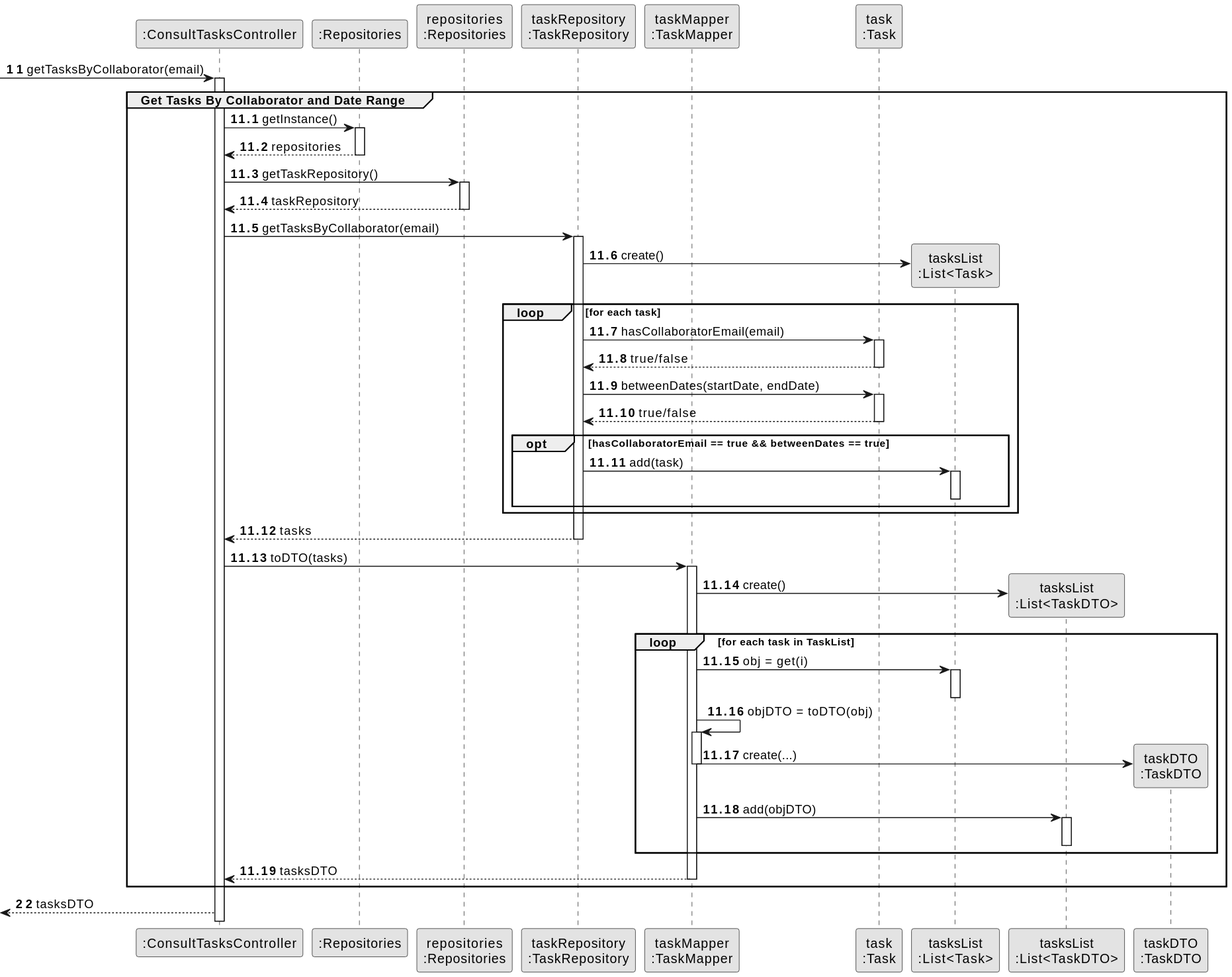
Above: docs/sprintC/us028/03.design/svg/us028-sequence-diagram-partial-get-tasks.svg in Departamento-de-Engenharia-Informatica/lei-24-s2-1dm-g132 (PlantUML), before the change. Its diagram source:
```plantuml
@startuml
skinparam monochrome true
skinparam packageStyle rectangle
skinparam shadowing false

participant ":ConsultTasksController" as CTRL
participant ":Repositories" as RepositorySingleton
participant "repositories\n:Repositories" as PLAT
participant "taskRepository\n:TaskRepository" as TaskRepository
participant "taskMapper\n:TaskMapper" as TaskMapper
participant "task\n:Task" as Task
participant "tasksList\n:List<Task>" as TasksList
participant "tasksList\n:List<TaskDTO>" as TasksListDTO
participant "taskDTO\n:TaskDTO" as TaskDTO

autonumber 11
-> CTRL : getTasksByCollaborator(email)

autonumber 11.1

activate CTRL
    group Get Tasks By Collaborator and Date Range
           CTRL -> RepositorySingleton : getInstance()
           activate RepositorySingleton

           RepositorySingleton --> CTRL: repositories
           deactivate RepositorySingleton

           CTRL -> PLAT : getTaskRepository()
           activate PLAT

           PLAT --> CTRL: taskRepository
           deactivate PLAT

           CTRL -> TaskRepository : getTasksByCollaborator(email)
           activate TaskRepository

           TaskRepository -> TasksList ** : create()
           loop for each task
           TaskRepository -> Task : hasCollaboratorEmail(email)
           activate Task

           Task --> TaskRepository : true/false
           deactivate Task

           TaskRepository -> Task : betweenDates(startDate, endDate)
           activate Task

           Task --> TaskRepository : true/false
           deactivate Task

           opt hasCollaboratorEmail == true && betweenDates == true
               TaskRepository -> TasksList : add(task)
               activate TasksList
               deactivate TasksList
           end opt

           end loop

           TaskRepository --> CTRL : tasks
           deactivate TaskRepository

           CTRL -> TaskMapper : toDTO(tasks)
           activate TaskMapper

           TaskMapper -> TasksListDTO ** : create()
           loop for each task in TaskList
           TaskMapper -> TasksList : obj = get(i)
           activate TasksList
           deactivate TasksList

           TaskMapper -> TaskMapper : objDTO = toDTO(obj)
           activate TaskMapper

           TaskMapper -> TaskDTO ** : create(...)
           deactivate TaskMapper

           TaskMapper -> TasksListDTO : add(objDTO)
           activate TasksListDTO
           deactivate TasksListDTO

           end loop

           TaskMapper --> CTRL : tasksDTO
           deactivate TaskMapper

end group
autonumber 22
<-- CTRL : tasksDTO
@enduml
```
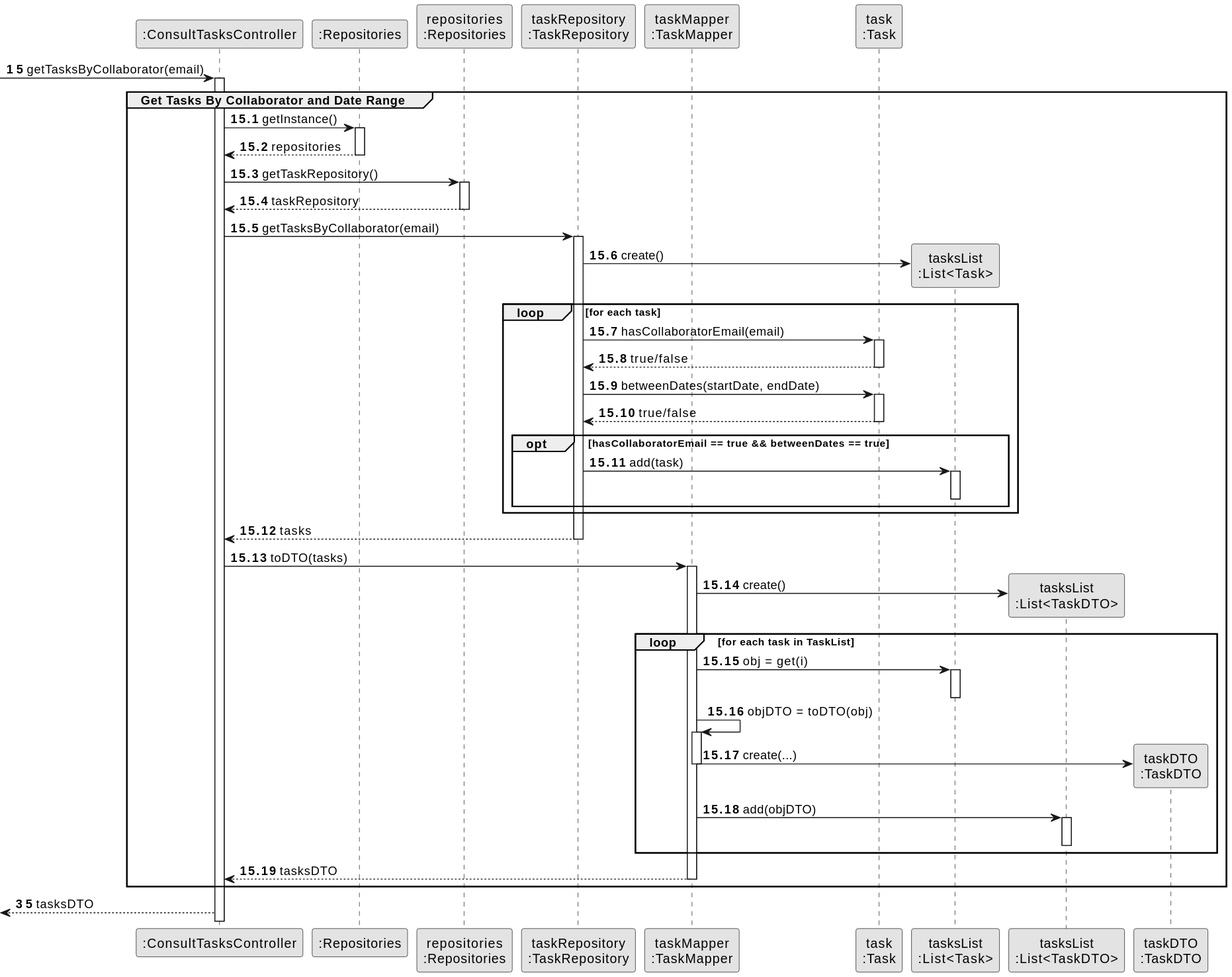
Later version of the same file.

Commit message:
US28 fixed small typos in sequence diagrams

Diff of the diagram source:
```diff
@@ -13,10 +13,10 @@
 participant "tasksList\n:List<TaskDTO>" as TasksListDTO
 participant "taskDTO\n:TaskDTO" as TaskDTO
 
-autonumber 11
+autonumber 15
 -> CTRL : getTasksByCollaborator(email)
 
-autonumber 11.1
+autonumber 15.1
 
 activate CTRL
     group Get Tasks By Collaborator and Date Range
@@ -85,6 +85,6 @@
            deactivate TaskMapper
 
 end group
-autonumber 22
+autonumber 35
 <-- CTRL : tasksDTO
 @enduml
```
